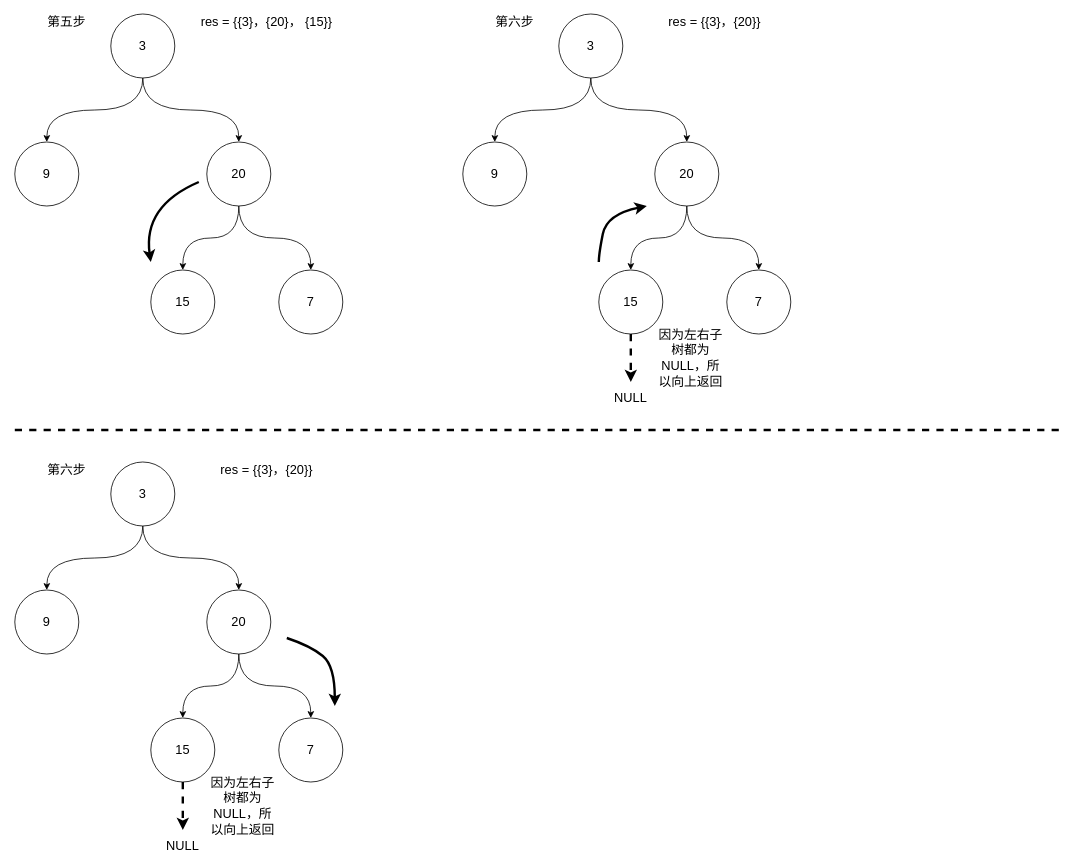
This is leetcode102_2.drawio from codelyc/Hello-World, a draw.io file, before an edit. Source tidied: cells renumbered, new cells numbered last; positions are measured from the earlier drawing's top-left corner, leaving out a move shared by most shapes. Both pictures are drawn from the tidied source at 80%, with x=0, y=0 at pixel (14, 14).
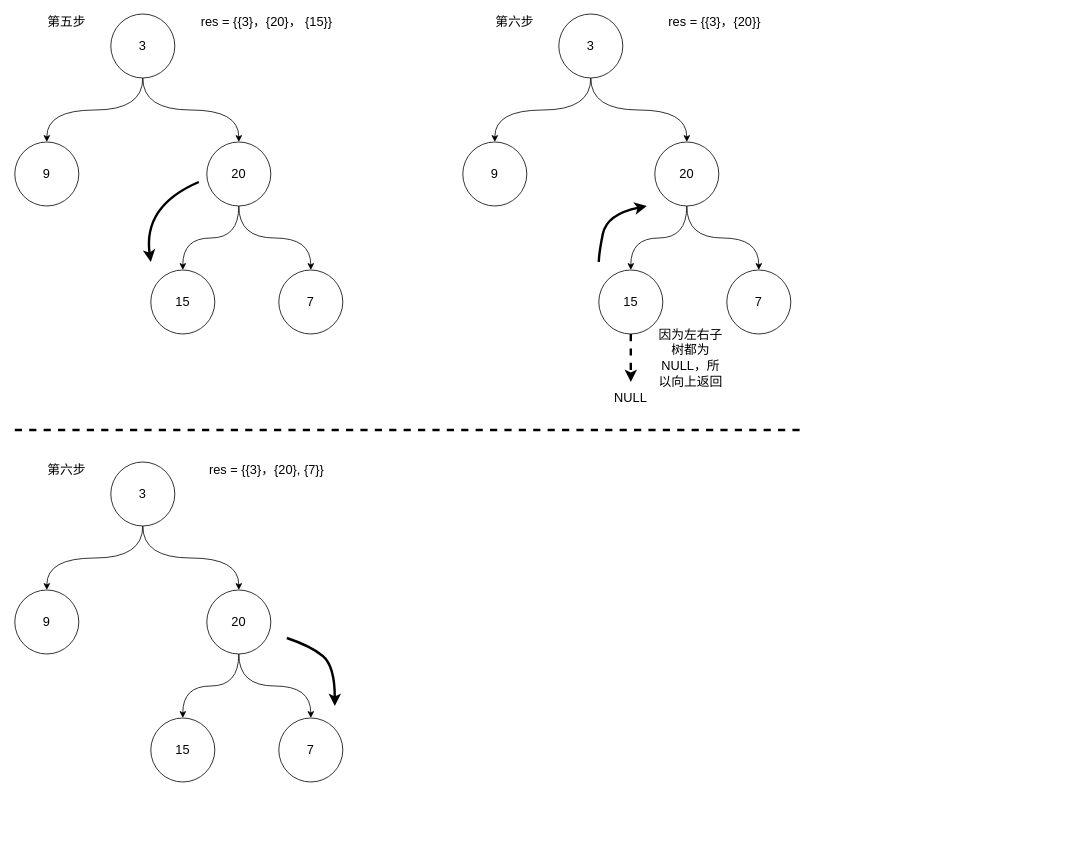
The same page after the edit.

Change to the diagram source:
```diff
@@
     <mxCell id="29" style="endArrow=none;dashed=1;html=1;strokeWidth=3;" parent="1" edge="1">
       <mxGeometry relative="1" as="geometry">
         <mxPoint y="520" as="sourcePoint" />
-        <mxPoint x="1306.7" y="520" as="targetPoint" />
+        <mxPoint x="990" y="520" as="targetPoint" />
       </mxGeometry>
     </mxCell>
@@
-    <mxCell id="40" value="&lt;font style=&quot;font-size: 16px&quot;&gt;res = {{3}，{20}}&lt;/font&gt;" style="text;html=1;strokeColor=none;fillColor=none;align=center;verticalAlign=middle;whiteSpace=wrap;rounded=0;" parent="1" vertex="1">
+    <mxCell id="40" value="&lt;font style=&quot;font-size: 16px&quot;&gt;res = {{3}，{20}, {7}}&lt;/font&gt;" style="text;html=1;strokeColor=none;fillColor=none;align=center;verticalAlign=middle;whiteSpace=wrap;rounded=0;" parent="1" vertex="1">
       <mxGeometry x="230" y="560" width="170" height="20" as="geometry" />
     </mxCell>
-    <mxCell id="41" style="endArrow=classic;html=1;strokeWidth=3;dashed=1;" parent="1" edge="1">
-      <mxGeometry relative="1" as="geometry">
-        <mxPoint x="210" y="960" as="sourcePoint" />
-        <mxPoint x="210" y="1020" as="targetPoint" />
-      </mxGeometry>
-    </mxCell>
-    <mxCell id="42" value="&lt;font style=&quot;font-size: 16px&quot;&gt;NULL&lt;/font&gt;" style="text;html=1;strokeColor=none;fillColor=none;align=center;verticalAlign=middle;whiteSpace=wrap;rounded=0;" parent="1" vertex="1">
-      <mxGeometry x="190" y="1030" width="40" height="20" as="geometry" />
-    </mxCell>
-    <mxCell id="43" value="&lt;font style=&quot;font-size: 16px&quot;&gt;因为左右子树都为NULL，所以向上返回&lt;/font&gt;" style="text;html=1;strokeColor=none;fillColor=none;align=center;verticalAlign=middle;whiteSpace=wrap;rounded=0;" parent="1" vertex="1">
-      <mxGeometry x="240" y="980" width="90" height="20" as="geometry" />
-    </mxCell>
```
